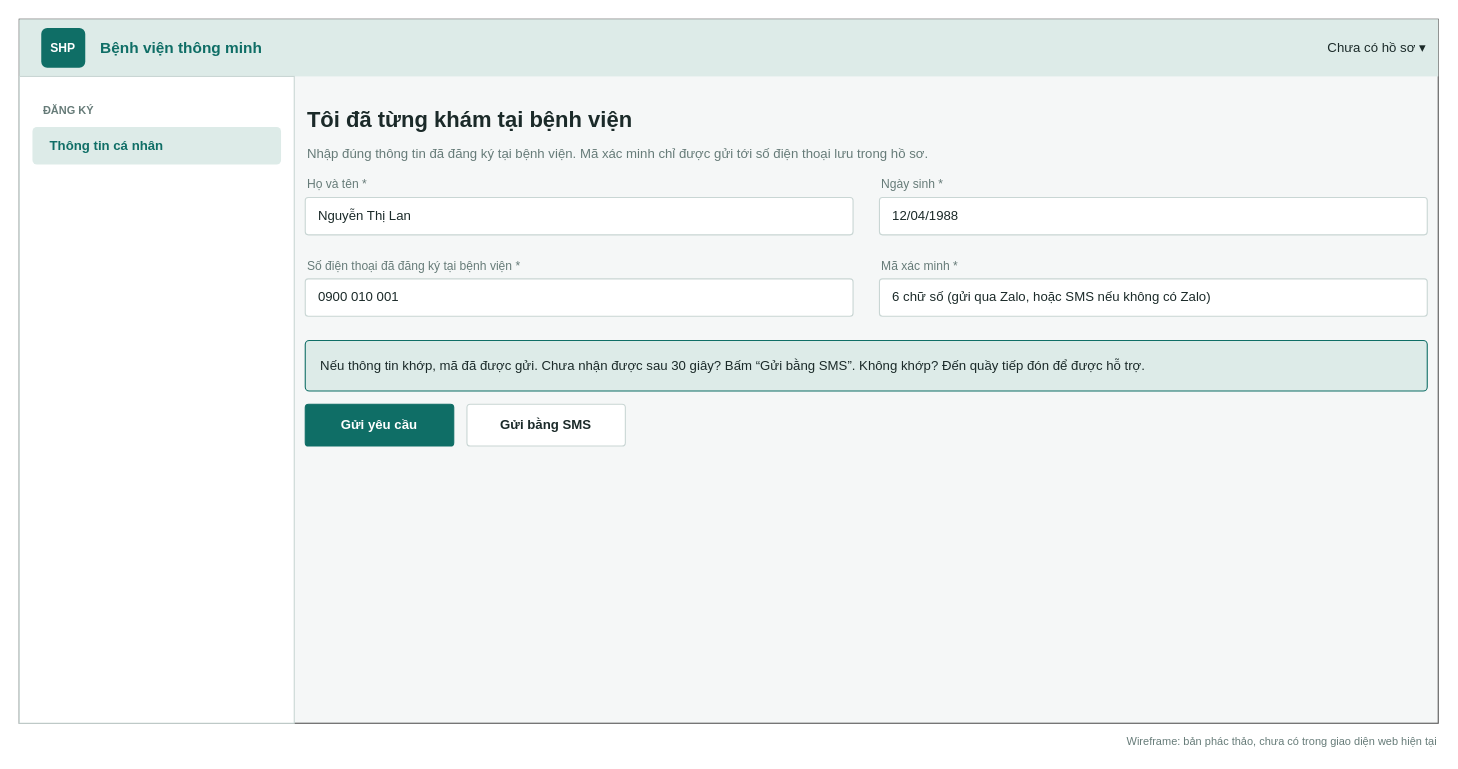
Above: page "Claim an existing record" (2 of 17) of docs/02-requirements/srs/dist/diagrams/06-wireframes.drawio in viethung12062005/smart-hospital-platform (draw.io), before the change. Source tidied: cells renumbered, new cells numbered last; positions are measured from the earlier drawing's top-left corner, leaving out a move shared by most shapes. Both pictures are drawn from the tidied source at 110%, with x=0, y=0 at pixel (19, 19).
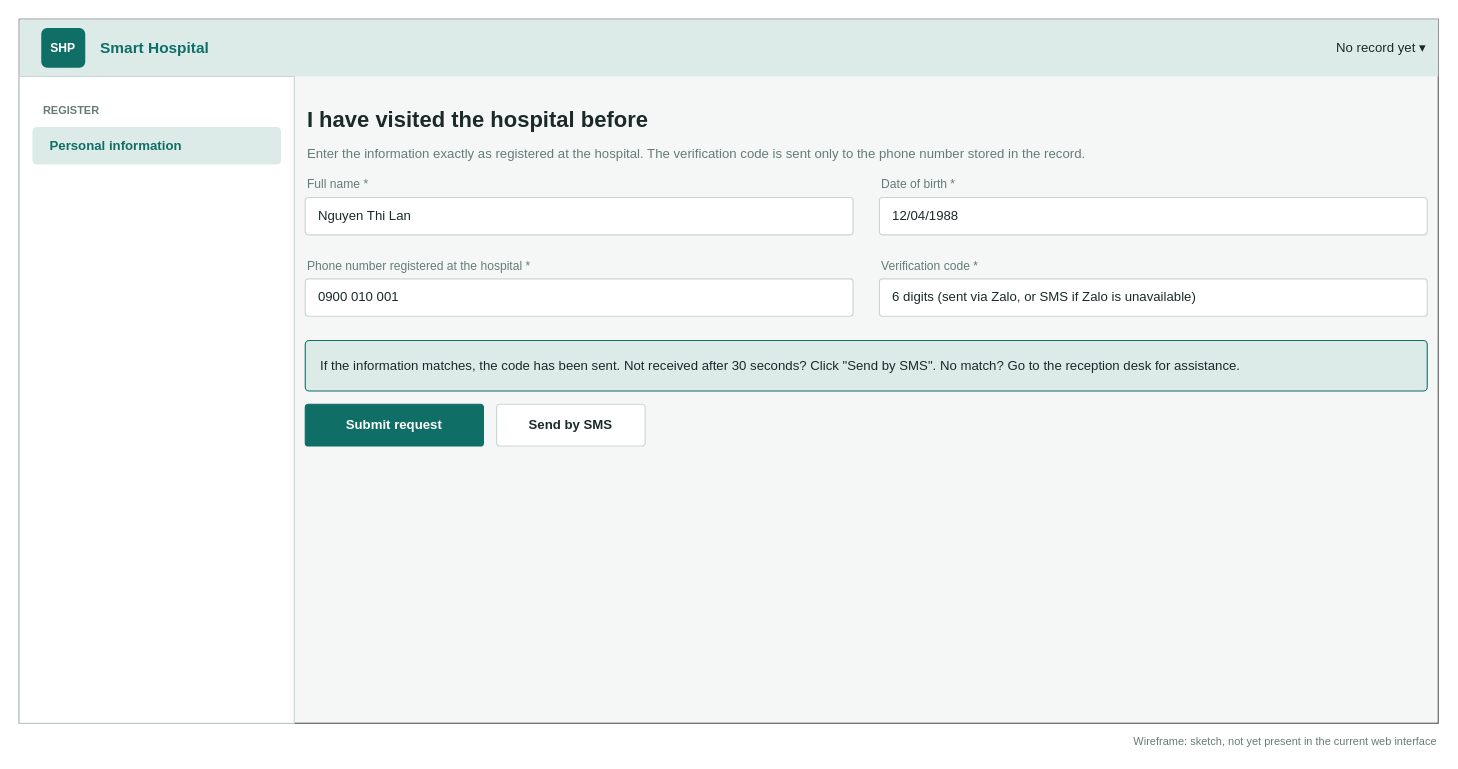
The same diagram, later.

The edit, as a diff of the source:
```diff
@@
-    <mxCell id="5" value="&lt;b&gt;Bệnh viện thông minh&lt;/b&gt;" style="text;html=1;align=left;verticalAlign=middle;fontSize=14;fontColor=#0F6E66;" parent="1" vertex="1">
+    <mxCell id="5" value="&lt;b&gt;Smart Hospital&lt;/b&gt;" style="text;html=1;align=left;verticalAlign=middle;fontSize=14;fontColor=#0F6E66;" parent="1" vertex="1">
       <mxGeometry x="72" y="8" width="260" height="36" as="geometry" />
     </mxCell>
-    <mxCell id="6" value="Chưa có hồ sơ   ▾" style="text;html=1;align=right;verticalAlign=middle;fontSize=12;fontColor=#1B2A29;" parent="1" vertex="1">
+    <mxCell id="6" value="No record yet   ▾" style="text;html=1;align=right;verticalAlign=middle;fontSize=12;fontColor=#1B2A29;" parent="1" vertex="1">
       <mxGeometry x="950" y="8" width="330" height="36" as="geometry" />
     </mxCell>
@@
-    <mxCell id="8" value="ĐĂNG KÝ" style="text;html=1;align=left;verticalAlign=middle;fontSize=10;fontColor=#667B78;fontStyle=1;" parent="1" vertex="1">
+    <mxCell id="8" value="REGISTER" style="text;html=1;align=left;verticalAlign=middle;fontSize=10;fontColor=#667B78;fontStyle=1;" parent="1" vertex="1">
       <mxGeometry x="20" y="72" width="200" height="22" as="geometry" />
     </mxCell>
-    <mxCell id="9" value="Thông tin cá nhân" style="rounded=1;whiteSpace=wrap;html=1;arcSize=12;align=left;spacingLeft=14;fontSize=12;fillColor=#DDEBE8;strokeColor=none;fontColor=#0F6E66;fontStyle=1;" parent="1" vertex="1">
+    <mxCell id="9" value="Personal information" style="rounded=1;whiteSpace=wrap;html=1;arcSize=12;align=left;spacingLeft=14;fontSize=12;fillColor=#DDEBE8;strokeColor=none;fontColor=#0F6E66;fontStyle=1;" parent="1" vertex="1">
       <mxGeometry x="12" y="98" width="226" height="34" as="geometry" />
     </mxCell>
-    <mxCell id="10" value="Wireframe: bản phác thảo, chưa có trong giao diện web hiện tại" style="text;html=1;align=right;fontSize=10;fontColor=#667B78;" parent="1" vertex="1">
+    <mxCell id="10" value="Wireframe: sketch, not yet present in the current web interface" style="text;html=1;align=right;fontSize=10;fontColor=#667B78;" parent="1" vertex="1">
       <mxGeometry x="850" y="644" width="440" height="20" as="geometry" />
     </mxCell>
-    <mxCell id="11" value="Tôi đã từng khám tại bệnh viện" style="text;html=1;align=left;verticalAlign=middle;whiteSpace=wrap;fontSize=20;fontColor=#1B2A29;fontStyle=1;" parent="1" vertex="1">
+    <mxCell id="11" value="I have visited the hospital before" style="text;html=1;align=left;verticalAlign=middle;whiteSpace=wrap;fontSize=20;fontColor=#1B2A29;fontStyle=1;" parent="1" vertex="1">
       <mxGeometry x="260" y="72" width="1020" height="36" as="geometry" />
     </mxCell>
-    <mxCell id="12" value="Nhập đúng thông tin đã đăng ký tại bệnh viện. Mã xác minh chỉ được gửi tới số điện thoại lưu trong hồ sơ." style="text;html=1;align=left;verticalAlign=middle;whiteSpace=wrap;fontSize=12;fontColor=#667B78;" parent="1" vertex="1">
+    <mxCell id="12" value="Enter the information exactly as registered at the hospital. The verification code is sent only to the phone number stored in the record." style="text;html=1;align=left;verticalAlign=middle;whiteSpace=wrap;fontSize=12;fontColor=#667B78;" parent="1" vertex="1">
       <mxGeometry x="260" y="110" width="1020" height="26" as="geometry" />
     </mxCell>
-    <mxCell id="13" value="Họ và tên *" style="text;html=1;align=left;verticalAlign=middle;whiteSpace=wrap;fontSize=11;fontColor=#667B78;" parent="1" vertex="1">
+    <mxCell id="13" value="Full name *" style="text;html=1;align=left;verticalAlign=middle;whiteSpace=wrap;fontSize=11;fontColor=#667B78;" parent="1" vertex="1">
       <mxGeometry x="260" y="140" width="498" height="20" as="geometry" />
     </mxCell>
-    <mxCell id="14" value="Nguyễn Thị Lan" style="rounded=1;whiteSpace=wrap;html=1;arcSize=8;fillColor=#FFFFFF;strokeColor=#C9D6D4;fontSize=12;fontColor=#1B2A29;align=left;spacingLeft=10;" parent="1" vertex="1">
+    <mxCell id="14" value="Nguyen Thi Lan" style="rounded=1;whiteSpace=wrap;html=1;arcSize=8;fillColor=#FFFFFF;strokeColor=#C9D6D4;fontSize=12;fontColor=#1B2A29;align=left;spacingLeft=10;" parent="1" vertex="1">
       <mxGeometry x="260" y="162" width="498" height="34" as="geometry" />
     </mxCell>
-    <mxCell id="15" value="Ngày sinh *" style="text;html=1;align=left;verticalAlign=middle;whiteSpace=wrap;fontSize=11;fontColor=#667B78;" parent="1" vertex="1">
+    <mxCell id="15" value="Date of birth *" style="text;html=1;align=left;verticalAlign=middle;whiteSpace=wrap;fontSize=11;fontColor=#667B78;" parent="1" vertex="1">
       <mxGeometry x="782" y="140" width="498" height="20" as="geometry" />
     </mxCell>
@@
-    <mxCell id="17" value="Số điện thoại đã đăng ký tại bệnh viện *" style="text;html=1;align=left;verticalAlign=middle;whiteSpace=wrap;fontSize=11;fontColor=#667B78;" parent="1" vertex="1">
+    <mxCell id="17" value="Phone number registered at the hospital *" style="text;html=1;align=left;verticalAlign=middle;whiteSpace=wrap;fontSize=11;fontColor=#667B78;" parent="1" vertex="1">
       <mxGeometry x="260" y="214" width="498" height="20" as="geometry" />
     </mxCell>
@@
-    <mxCell id="19" value="Mã xác minh *" style="text;html=1;align=left;verticalAlign=middle;whiteSpace=wrap;fontSize=11;fontColor=#667B78;" parent="1" vertex="1">
+    <mxCell id="19" value="Verification code *" style="text;html=1;align=left;verticalAlign=middle;whiteSpace=wrap;fontSize=11;fontColor=#667B78;" parent="1" vertex="1">
       <mxGeometry x="782" y="214" width="498" height="20" as="geometry" />
     </mxCell>
-    <mxCell id="20" value="6 chữ số (gửi qua Zalo, hoặc SMS nếu không có Zalo)" style="rounded=1;whiteSpace=wrap;html=1;arcSize=8;fillColor=#FFFFFF;strokeColor=#C9D6D4;fontSize=12;fontColor=#1B2A29;align=left;spacingLeft=10;" parent="1" vertex="1">
+    <mxCell id="20" value="6 digits (sent via Zalo, or SMS if Zalo is unavailable)" style="rounded=1;whiteSpace=wrap;html=1;arcSize=8;fillColor=#FFFFFF;strokeColor=#C9D6D4;fontSize=12;fontColor=#1B2A29;align=left;spacingLeft=10;" parent="1" vertex="1">
       <mxGeometry x="782" y="236" width="498" height="34" as="geometry" />
     </mxCell>
-    <mxCell id="21" value="Nếu thông tin khớp, mã đã được gửi. Chưa nhận được sau 30 giây? Bấm “Gửi bằng SMS”. Không khớp? Đến quầy tiếp đón để được hỗ trợ." style="rounded=1;whiteSpace=wrap;html=1;arcSize=8;fillColor=#DDEBE8;strokeColor=#0F6E66;fontSize=12;fontColor=#1B2A29;align=left;spacingLeft=12;" parent="1" vertex="1">
+    <mxCell id="21" value="If the information matches, the code has been sent. Not received after 30 seconds? Click &amp;quot;Send by SMS&amp;quot;. No match? Go to the reception desk for assistance." style="rounded=1;whiteSpace=wrap;html=1;arcSize=8;fillColor=#DDEBE8;strokeColor=#0F6E66;fontSize=12;fontColor=#1B2A29;align=left;spacingLeft=12;" parent="1" vertex="1">
       <mxGeometry x="260" y="292" width="1020" height="46" as="geometry" />
     </mxCell>
-    <mxCell id="22" value="Gửi yêu cầu" style="rounded=1;whiteSpace=wrap;html=1;arcSize=8;fillColor=#0F6E66;strokeColor=#0F6E66;fontSize=12;fontColor=#1B2A29;fontStyle=1;fontColor=#FFFFFF;" parent="1" vertex="1">
-      <mxGeometry x="260" y="350" width="135" height="38" as="geometry" />
+    <mxCell id="22" value="Submit request" style="rounded=1;whiteSpace=wrap;html=1;arcSize=8;fillColor=#0F6E66;strokeColor=#0F6E66;fontSize=12;fontColor=#1B2A29;fontStyle=1;fontColor=#FFFFFF;" parent="1" vertex="1">
+      <mxGeometry x="260" y="350" width="162" height="38" as="geometry" />
     </mxCell>
-    <mxCell id="23" value="Gửi bằng SMS" style="rounded=1;whiteSpace=wrap;html=1;arcSize=8;fillColor=#FFFFFF;strokeColor=#C9D6D4;fontSize=12;fontColor=#1B2A29;fontStyle=1;fontColor=#1B2A29;" parent="1" vertex="1">
-      <mxGeometry x="407" y="350" width="144" height="38" as="geometry" />
+    <mxCell id="23" value="Send by SMS" style="rounded=1;whiteSpace=wrap;html=1;arcSize=8;fillColor=#FFFFFF;strokeColor=#C9D6D4;fontSize=12;fontColor=#1B2A29;fontStyle=1;fontColor=#1B2A29;" parent="1" vertex="1">
+      <mxGeometry x="434" y="350" width="135" height="38" as="geometry" />
     </mxCell>
```
